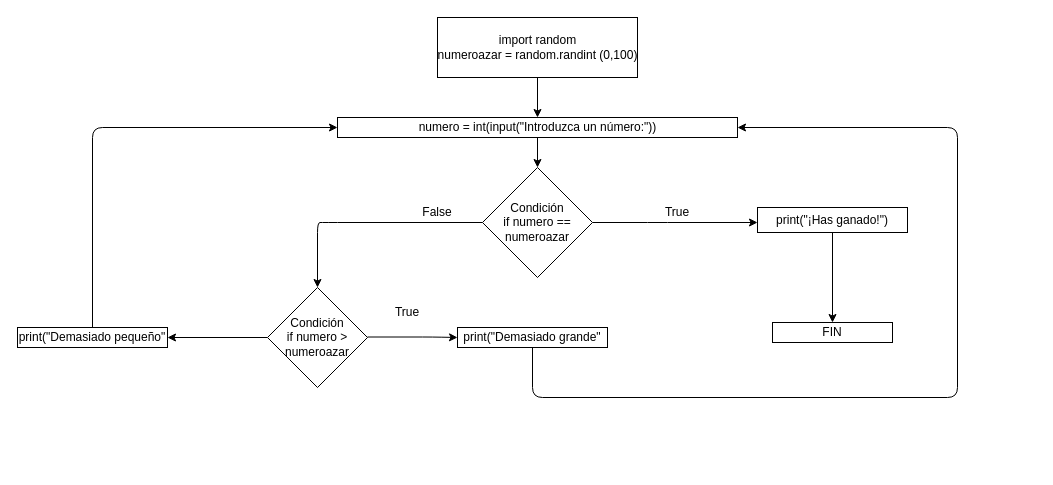
Before: diagrama.drawio in mgonzalz/adivina_un_numero, a draw.io diagram. Source tidied: cells renumbered, new cells numbered last; positions are measured from the earlier drawing's top-left corner, leaving out a move shared by most shapes. Both pictures are drawn from the tidied source at 100%, with x=0, y=0 at pixel (17, 17).
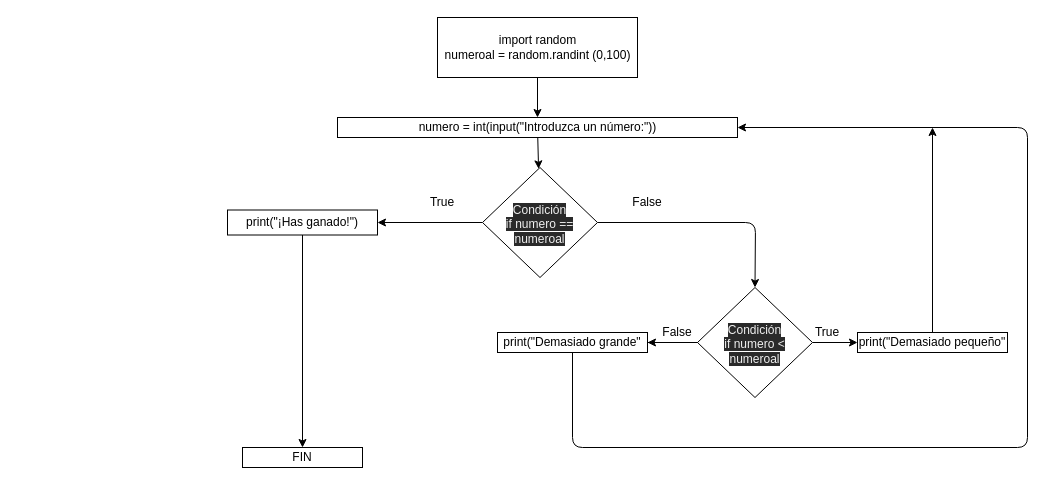
The same page after the edit.

Unchanged cells that the change refers to:
```xml
<mxCell id="10" style="rounded=0;whiteSpace=wrap;html=1;" parent="1" vertex="1">
  <mxGeometry x="320" y="100" width="400" height="20" as="geometry" />
</mxCell>
```

What changed in the source:
```diff
@@
-    <mxCell id="4" style="edgeStyle=none;html=1;" parent="1" edge="1" source="5">
-      <mxGeometry relative="1" as="geometry">
-        <mxPoint x="740" y="205" as="targetPoint" />
-        <Array as="points">
-          <mxPoint x="640" y="205" />
-        </Array>
-      </mxGeometry>
-    </mxCell>
+    <mxCell id="26" style="edgeStyle=none;html=1;entryX=1;entryY=0.5;entryDx=0;entryDy=0;fontFamily=Helvetica;" parent="1" edge="1" source="5" target="15">
+      <mxGeometry relative="1" as="geometry" />
+    </mxCell>
+    <mxCell id="27" style="edgeStyle=none;html=1;fontFamily=Helvetica;entryX=0.5;entryY=0;entryDx=0;entryDy=0;" parent="1" edge="1" source="5" target="32">
+      <mxGeometry relative="1" as="geometry">
+        <Array as="points">
+          <mxPoint x="738" y="205" />
+        </Array>
+      </mxGeometry>
+    </mxCell>
-    <mxCell id="5" style="rhombus;whiteSpace=wrap;html=1;" parent="1" vertex="1">
-      <mxGeometry x="465" y="150" width="110" height="110" as="geometry" />
+    <mxCell id="5" value="&lt;br&gt;&lt;br&gt;&lt;span style=&quot;color: rgb(240 , 240 , 240) ; font-family: &amp;#34;helvetica&amp;#34; ; font-size: 12px ; font-style: normal ; font-weight: 400 ; letter-spacing: normal ; text-align: center ; text-indent: 0px ; text-transform: none ; word-spacing: 0px ; background-color: rgb(42 , 42 , 42) ; display: inline ; float: none&quot;&gt;Condición&lt;/span&gt;&lt;br style=&quot;color: rgb(240 , 240 , 240) ; font-family: &amp;#34;helvetica&amp;#34; ; font-size: 12px ; font-style: normal ; font-weight: 400 ; letter-spacing: normal ; text-align: center ; text-indent: 0px ; text-transform: none ; word-spacing: 0px ; background-color: rgb(42 , 42 , 42)&quot;&gt;&lt;span style=&quot;color: rgb(240 , 240 , 240) ; font-family: &amp;#34;helvetica&amp;#34; ; font-size: 12px ; font-style: normal ; font-weight: 400 ; letter-spacing: normal ; text-align: center ; text-indent: 0px ; text-transform: none ; word-spacing: 0px ; background-color: rgb(42 , 42 , 42) ; display: inline ; float: none&quot;&gt;if numero == numeroal&lt;/span&gt;&lt;br&gt;" style="rhombus;whiteSpace=wrap;html=1;verticalAlign=top;" parent="1" vertex="1">
+      <mxGeometry x="465" y="150" width="115" height="110" as="geometry" />
     </mxCell>
-    <mxCell id="6" style="edgeStyle=none;html=1;entryX=0.5;entryY=0;entryDx=0;entryDy=0;exitX=0;exitY=0.5;exitDx=0;exitDy=0;" parent="1" edge="1" source="5" target="19">
-      <mxGeometry relative="1" as="geometry">
-        <Array as="points">
-          <mxPoint x="310" y="205" />
-          <mxPoint x="300" y="205" />
-        </Array>
-      </mxGeometry>
-    </mxCell>
-    <mxCell id="7" value="Condición&lt;br&gt;if numero == numeroazar" style="text;html=1;strokeColor=none;fillColor=none;align=center;verticalAlign=middle;whiteSpace=wrap;rounded=0;" parent="1" vertex="1">
-      <mxGeometry x="480" y="190" width="80" height="30" as="geometry" />
-    </mxCell>
-    <mxCell id="8" value="import random&lt;br&gt;numeroazar = random.randint (0,100)" style="text;html=1;align=center;verticalAlign=middle;fillColor=none;strokeColor=none;rounded=0;" parent="1" vertex="1">
-      <mxGeometry x="410" y="15" width="220" height="30" as="geometry" />
+    <mxCell id="8" value="import random&lt;br&gt;numeroal = random.randint (0,100)" style="text;html=1;align=center;verticalAlign=middle;fillColor=none;strokeColor=none;rounded=0;" parent="1" vertex="1">
+      <mxGeometry x="420" y="15" width="200" height="30" as="geometry" />
     </mxCell>
@@
+    <mxCell id="28" style="edgeStyle=none;html=1;fontFamily=Helvetica;" parent="1" edge="1" source="13">
+      <mxGeometry relative="1" as="geometry">
+        <mxPoint x="725" y="325" as="targetPoint" />
+      </mxGeometry>
+    </mxCell>
-    <mxCell id="12" style="edgeStyle=none;html=1;entryX=1;entryY=0.5;entryDx=0;entryDy=0;" parent="1" edge="1" source="13" target="10">
+    <mxCell id="12" style="edgeStyle=none;html=1;fontFamily=Helvetica;entryX=1;entryY=0.5;entryDx=0;entryDy=0;" parent="1" edge="1" source="13" target="10">
       <mxGeometry relative="1" as="geometry">
         <Array as="points">
-          <mxPoint x="515" y="380" />
-          <mxPoint x="940" y="380" />
-          <mxPoint x="940" y="110" />
+          <mxPoint x="555" y="430" />
+          <mxPoint x="1010" y="430" />
+          <mxPoint x="1010" y="110" />
         </Array>
       </mxGeometry>
     </mxCell>
     <mxCell id="13" value="print(&quot;Demasiado grande&quot;" style="rounded=0;whiteSpace=wrap;html=1;" parent="1" vertex="1">
-      <mxGeometry x="440" y="310" width="150" height="20" as="geometry" />
+      <mxGeometry x="480" y="315" width="150" height="20" as="geometry" />
     </mxCell>
@@
     <mxCell id="15" value="&lt;span&gt;print(&quot;¡Has ganado!&quot;)&lt;/span&gt;" style="rounded=0;whiteSpace=wrap;html=1;" parent="1" vertex="1">
-      <mxGeometry x="740" y="190" width="150" height="25" as="geometry" />
+      <mxGeometry x="210" y="192.5" width="150" height="25" as="geometry" />
     </mxCell>
     <mxCell id="16" value="True" style="text;html=1;strokeColor=none;fillColor=none;align=center;verticalAlign=middle;whiteSpace=wrap;rounded=0;" parent="1" vertex="1">
-      <mxGeometry x="630" y="180" width="60" height="30" as="geometry" />
+      <mxGeometry x="395" y="170" width="60" height="30" as="geometry" />
     </mxCell>
     <mxCell id="17" value="False" style="text;html=1;strokeColor=none;fillColor=none;align=center;verticalAlign=middle;whiteSpace=wrap;rounded=0;" parent="1" vertex="1">
-      <mxGeometry x="390" y="180" width="60" height="30" as="geometry" />
+      <mxGeometry x="600" y="170" width="60" height="30" as="geometry" />
     </mxCell>
-    <mxCell id="18" style="edgeStyle=none;html=1;" parent="1" edge="1" source="19">
-      <mxGeometry relative="1" as="geometry">
-        <mxPoint x="150" y="320" as="targetPoint" />
-      </mxGeometry>
-    </mxCell>
-    <mxCell id="19" style="rhombus;whiteSpace=wrap;html=1;" parent="1" vertex="1">
-      <mxGeometry x="250" y="270" width="100" height="100" as="geometry" />
-    </mxCell>
-    <mxCell id="20" value="Condición&lt;br&gt;if numero &amp;gt; numeroazar" style="text;html=1;strokeColor=none;fillColor=none;align=center;verticalAlign=middle;whiteSpace=wrap;rounded=0;" parent="1" vertex="1">
-      <mxGeometry x="260" y="305" width="80" height="30" as="geometry" />
-    </mxCell>
     <mxCell id="21" value="True" style="text;html=1;strokeColor=none;fillColor=none;align=center;verticalAlign=middle;whiteSpace=wrap;rounded=0;" parent="1" vertex="1">
-      <mxGeometry x="360" y="280" width="60" height="30" as="geometry" />
+      <mxGeometry x="780" y="300" width="60" height="30" as="geometry" />
     </mxCell>
-    <mxCell id="22" style="edgeStyle=none;html=1;" parent="1" edge="1">
-      <mxGeometry relative="1" as="geometry">
-        <mxPoint x="350" y="319.5" as="sourcePoint" />
-        <mxPoint x="440" y="320" as="targetPoint" />
-        <Array as="points">
-          <mxPoint x="415" y="319.5" />
-        </Array>
-      </mxGeometry>
-    </mxCell>
-    <mxCell id="23" style="edgeStyle=none;html=1;entryX=0;entryY=0.5;entryDx=0;entryDy=0;" parent="1" edge="1" source="24" target="10">
-      <mxGeometry relative="1" as="geometry">
-        <Array as="points">
-          <mxPoint x="75" y="110" />
-        </Array>
-      </mxGeometry>
-    </mxCell>
+    <mxCell id="29" style="edgeStyle=none;html=1;fontFamily=Helvetica;" parent="1" edge="1" source="24">
+      <mxGeometry relative="1" as="geometry">
+        <mxPoint x="915" y="110" as="targetPoint" />
+      </mxGeometry>
+    </mxCell>
     <mxCell id="24" value="print(&quot;Demasiado pequeño&quot;" style="rounded=0;whiteSpace=wrap;html=1;" parent="1" vertex="1">
-      <mxGeometry y="310" width="150" height="20" as="geometry" />
+      <mxGeometry x="840" y="315" width="150" height="20" as="geometry" />
     </mxCell>
     <mxCell id="25" value="FIN" style="rounded=0;whiteSpace=wrap;html=1;fontFamily=Helvetica;" parent="1" vertex="1">
-      <mxGeometry x="755" y="305" width="120" height="20" as="geometry" />
+      <mxGeometry x="225" y="430" width="120" height="20" as="geometry" />
     </mxCell>
+    <mxCell id="30" style="edgeStyle=none;html=1;entryX=0;entryY=0.5;entryDx=0;entryDy=0;fontFamily=Helvetica;" parent="1" edge="1" source="32" target="24">
+      <mxGeometry relative="1" as="geometry" />
+    </mxCell>
+    <mxCell id="31" style="edgeStyle=none;html=1;entryX=1;entryY=0.5;entryDx=0;entryDy=0;fontFamily=Helvetica;" parent="1" edge="1" source="32" target="13">
+      <mxGeometry relative="1" as="geometry" />
+    </mxCell>
+    <mxCell id="32" value="&lt;br&gt;&lt;br&gt;&lt;span style=&quot;color: rgb(240 , 240 , 240) ; font-family: &amp;#34;helvetica&amp;#34; ; font-size: 12px ; font-style: normal ; font-weight: 400 ; letter-spacing: normal ; text-align: center ; text-indent: 0px ; text-transform: none ; word-spacing: 0px ; background-color: rgb(42 , 42 , 42) ; display: inline ; float: none&quot;&gt;Condición&lt;/span&gt;&lt;br style=&quot;color: rgb(240 , 240 , 240) ; font-family: &amp;#34;helvetica&amp;#34; ; font-size: 12px ; font-style: normal ; font-weight: 400 ; letter-spacing: normal ; text-align: center ; text-indent: 0px ; text-transform: none ; word-spacing: 0px ; background-color: rgb(42 , 42 , 42)&quot;&gt;&lt;span style=&quot;color: rgb(240 , 240 , 240) ; font-family: &amp;#34;helvetica&amp;#34; ; font-size: 12px ; font-style: normal ; font-weight: 400 ; letter-spacing: normal ; text-align: center ; text-indent: 0px ; text-transform: none ; word-spacing: 0px ; background-color: rgb(42 , 42 , 42) ; display: inline ; float: none&quot;&gt;if numero &amp;lt; numeroal&lt;/span&gt;" style="rhombus;whiteSpace=wrap;html=1;verticalAlign=top;" parent="1" vertex="1">
+      <mxGeometry x="680" y="270" width="115" height="110" as="geometry" />
+    </mxCell>
+    <mxCell id="33" value="False" style="text;html=1;strokeColor=none;fillColor=none;align=center;verticalAlign=middle;whiteSpace=wrap;rounded=0;" parent="1" vertex="1">
+      <mxGeometry x="630" y="300" width="60" height="30" as="geometry" />
+    </mxCell>
```
